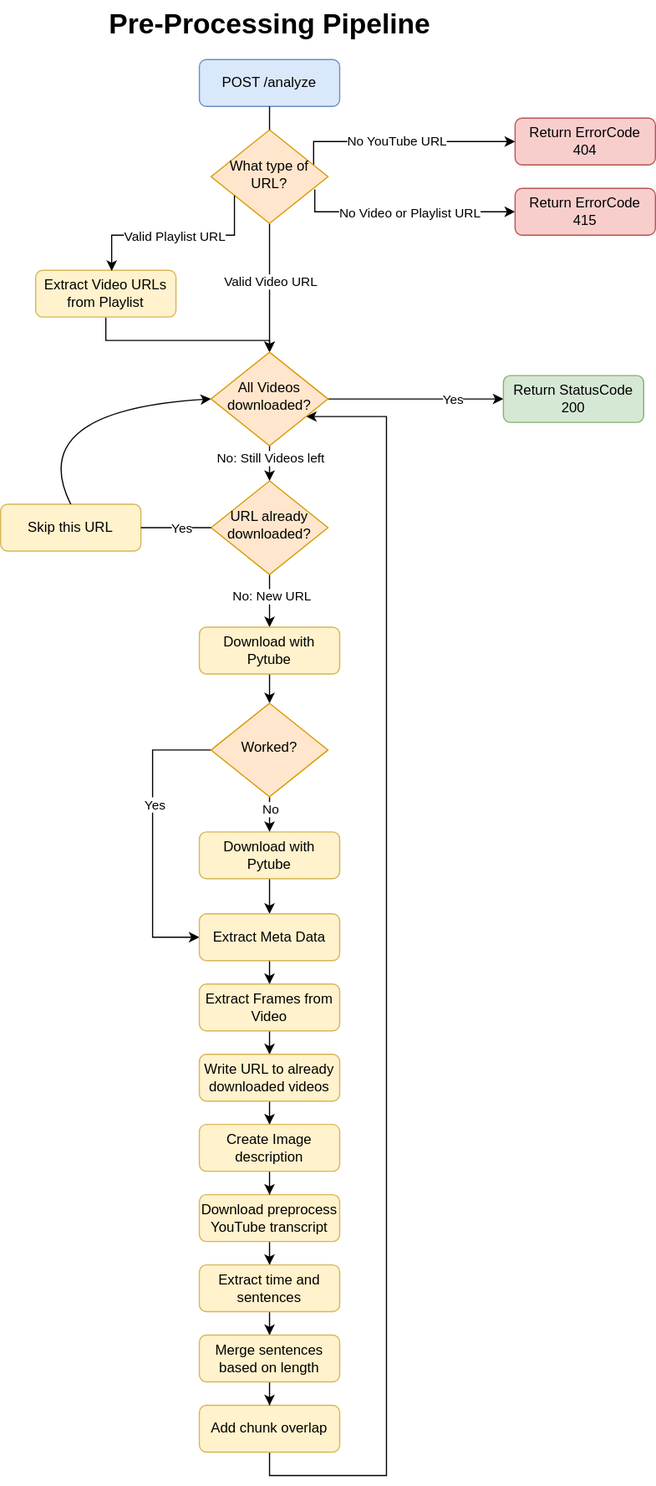
This is media/images/pre-processing-pipeline.svg from dneumnn/AcademicChatBot, a draw.io export, as it was before one commit. Source tidied: cells renumbered, new cells last; positions are measured from the earlier drawing's top-left corner, leaving out a move shared by most shapes.
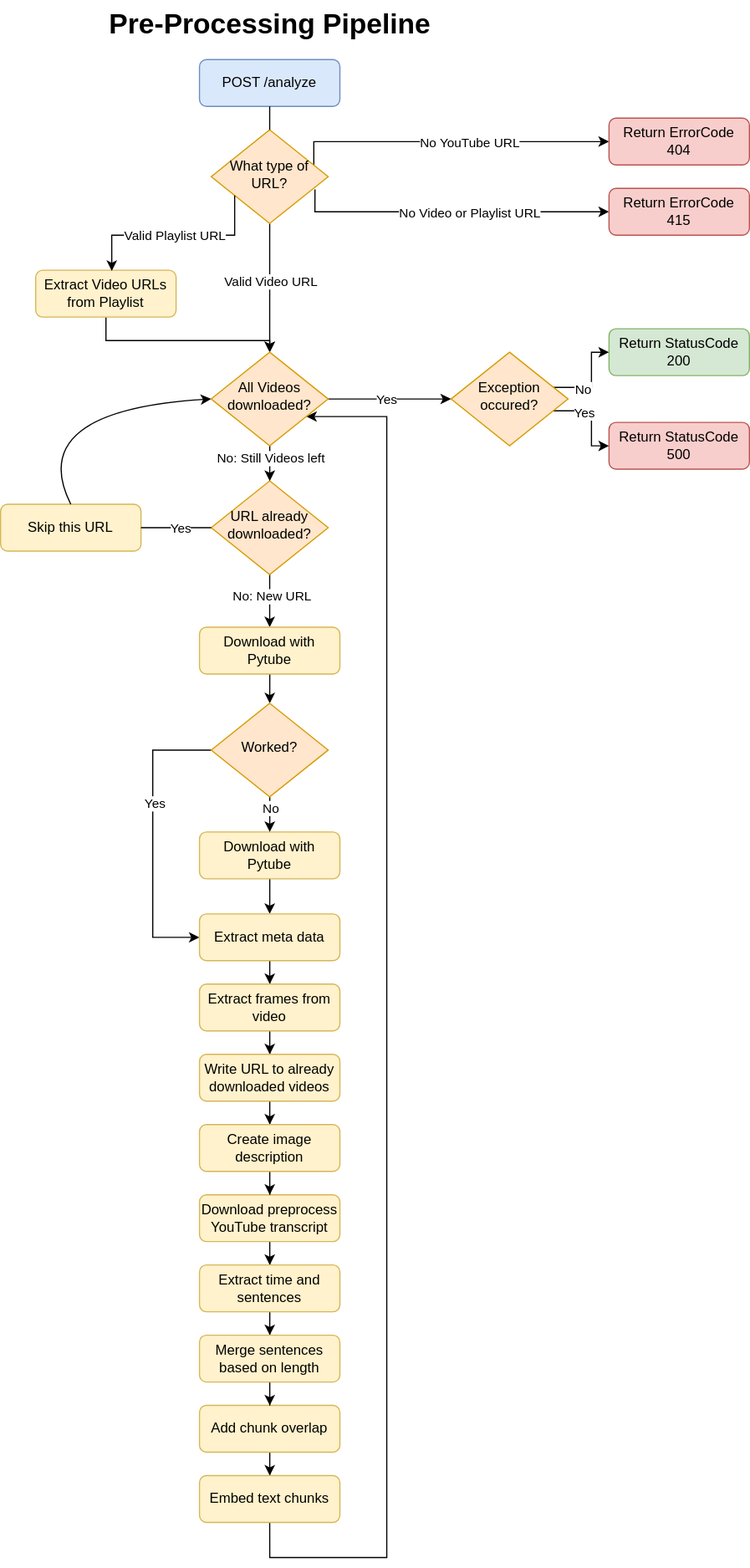
The same diagram one commit later.

Commit message:
Update pre-processing images

What changed in the source:
```diff
@@ -17,7 +17,7 @@
     </mxCell>
     <mxCell id="5" value="No Video or Playlist URL" style="edgeLabel;html=1;align=center;verticalAlign=middle;" parent="4" vertex="1">
       <mxGeometry x="-0.09" relative="1" as="geometry">
-        <mxPoint x="13" as="offset" />
+        <mxPoint x="27" as="offset" />
       </mxGeometry>
     </mxCell>
     <mxCell id="6" style="edgeStyle=orthogonalEdgeStyle;rounded=0;jettySize=auto;html=1;" parent="1" edge="1" source="10" target="28">
@@ -37,7 +37,7 @@
     </mxCell>
     <mxCell id="9" value="No YouTube URL" style="edgeLabel;html=1;align=center;verticalAlign=middle;" parent="8" vertex="1">
       <mxGeometry x="-0.36" y="1" relative="1" as="geometry">
-        <mxPoint x="31" as="offset" />
+        <mxPoint x="66" y="1" as="offset" />
       </mxGeometry>
     </mxCell>
     <mxCell id="10" value="What type of URL?" style="rhombus;whiteSpace=wrap;html=1;shadow=0;fontFamily=Helvetica;fontSize=12;align=center;strokeWidth=1;spacing=6;spacingTop=-4;fillColor=#ffe6cc;strokeColor=#d79b00;" parent="1" vertex="1">
@@ -47,7 +47,7 @@
       <mxGeometry relative="1" as="geometry" />
     </mxCell>
     <mxCell id="12" value="Return ErrorCode 415" style="rounded=1;whiteSpace=wrap;html=1;fontSize=12;glass=0;strokeWidth=1;shadow=0;fillColor=#f8cecc;strokeColor=#b85450;" parent="1" vertex="1">
-      <mxGeometry x="440" y="160" width="120" height="40" as="geometry" />
+      <mxGeometry x="520" y="160" width="120" height="40" as="geometry" />
     </mxCell>
     <mxCell id="13" style="edgeStyle=orthogonalEdgeStyle;rounded=0;jettySize=auto;html=1;entryX=0.5;entryY=0;entryDx=0;entryDy=0;" parent="1" edge="1" source="14" target="28">
       <mxGeometry relative="1" as="geometry">
@@ -68,15 +68,18 @@
     <mxCell id="17" value="URL already downloaded?" style="rhombus;whiteSpace=wrap;html=1;shadow=0;fontFamily=Helvetica;fontSize=12;align=center;strokeWidth=1;spacing=6;spacingTop=-4;fillColor=#ffe6cc;strokeColor=#d79b00;" parent="1" vertex="1">
       <mxGeometry x="180" y="410" width="100" height="80" as="geometry" />
     </mxCell>
-    <mxCell id="18" style="edgeStyle=orthogonalEdgeStyle;rounded=0;jettySize=auto;html=1;exitX=0.5;exitY=1;exitDx=0;exitDy=0;" parent="1" edge="1" source="19" target="28">
+    <mxCell id="18" style="edgeStyle=orthogonalEdgeStyle;rounded=0;jettySize=auto;html=1;exitX=0.5;exitY=1;exitDx=0;exitDy=0;" parent="1" edge="1" source="57" target="28">
       <mxGeometry relative="1" as="geometry">
         <Array as="points">
-          <mxPoint x="230" y="1260" />
-          <mxPoint x="330" y="1260" />
+          <mxPoint x="230" y="1330" />
+          <mxPoint x="330" y="1330" />
           <mxPoint x="330" y="355" />
         </Array>
       </mxGeometry>
     </mxCell>
+    <mxCell id="56" style="edgeStyle=orthogonalEdgeStyle;rounded=0;jettySize=auto;html=1;" parent="1" edge="1" source="19" target="57">
+      <mxGeometry relative="1" as="geometry" />
+    </mxCell>
     <mxCell id="19" value="Add chunk overlap" style="rounded=1;whiteSpace=wrap;html=1;fontSize=12;glass=0;strokeWidth=1;shadow=0;fillColor=#fff2cc;strokeColor=#d6b656;" parent="1" vertex="1">
       <mxGeometry x="170" y="1200" width="120" height="40" as="geometry" />
     </mxCell>
@@ -98,12 +101,12 @@
         </Array>
       </mxGeometry>
     </mxCell>
-    <mxCell id="24" style="edgeStyle=orthogonalEdgeStyle;rounded=0;jettySize=auto;html=1;" parent="1" edge="1" source="28" target="29">
+    <mxCell id="24" style="edgeStyle=orthogonalEdgeStyle;rounded=0;jettySize=auto;html=1;" parent="1" edge="1" source="28" target="63">
       <mxGeometry relative="1" as="geometry" />
     </mxCell>
     <mxCell id="25" value="Yes" style="edgeLabel;html=1;align=center;verticalAlign=middle;" parent="24" vertex="1">
       <mxGeometry x="-0.26" relative="1" as="geometry">
-        <mxPoint x="50" as="offset" />
+        <mxPoint x="11" as="offset" />
       </mxGeometry>
     </mxCell>
     <mxCell id="26" style="edgeStyle=orthogonalEdgeStyle;rounded=0;jettySize=auto;html=1;" parent="1" edge="1" source="28" target="17">
@@ -116,7 +119,7 @@
       <mxGeometry x="180" y="300" width="100" height="80" as="geometry" />
     </mxCell>
     <mxCell id="29" value="Return StatusCode 200" style="rounded=1;whiteSpace=wrap;html=1;fontSize=12;glass=0;strokeWidth=1;shadow=0;fillColor=#d5e8d4;strokeColor=#82b366;" parent="1" vertex="1">
-      <mxGeometry x="430" y="320" width="120" height="40" as="geometry" />
+      <mxGeometry x="520" y="280" width="120" height="40" as="geometry" />
     </mxCell>
     <mxCell id="30" style="edgeStyle=orthogonalEdgeStyle;rounded=0;jettySize=auto;html=1;entryX=0.542;entryY=0.015;entryDx=0;entryDy=0;entryPerimeter=0;" parent="1" edge="1" source="10" target="14">
       <mxGeometry relative="1" as="geometry">
@@ -138,7 +141,7 @@
       <mxGeometry x="170" y="535" width="120" height="40" as="geometry" />
     </mxCell>
     <mxCell id="34" value="Return ErrorCode 404" style="rounded=1;whiteSpace=wrap;html=1;fontSize=12;glass=0;strokeWidth=1;shadow=0;fillColor=#f8cecc;strokeColor=#b85450;" parent="1" vertex="1">
-      <mxGeometry x="440" y="100" width="120" height="40" as="geometry" />
+      <mxGeometry x="520" y="100" width="120" height="40" as="geometry" />
     </mxCell>
     <mxCell id="35" style="edgeStyle=orthogonalEdgeStyle;rounded=0;jettySize=auto;html=1;entryX=0.5;entryY=0;entryDx=0;entryDy=0;" parent="1" edge="1" source="36" target="43">
       <mxGeometry relative="1" as="geometry" />
@@ -171,13 +174,13 @@
     <mxCell id="42" style="edgeStyle=orthogonalEdgeStyle;rounded=0;jettySize=auto;html=1;" parent="1" edge="1" source="43" target="45">
       <mxGeometry relative="1" as="geometry" />
     </mxCell>
-    <mxCell id="43" value="Extract Meta Data" style="rounded=1;whiteSpace=wrap;html=1;fontSize=12;glass=0;strokeWidth=1;shadow=0;fillColor=#fff2cc;strokeColor=#d6b656;" parent="1" vertex="1">
+    <mxCell id="43" value="Extract meta data" style="rounded=1;whiteSpace=wrap;html=1;fontSize=12;glass=0;strokeWidth=1;shadow=0;fillColor=#fff2cc;strokeColor=#d6b656;" parent="1" vertex="1">
       <mxGeometry x="170" y="780" width="120" height="40" as="geometry" />
     </mxCell>
     <mxCell id="44" style="edgeStyle=orthogonalEdgeStyle;rounded=0;jettySize=auto;html=1;" parent="1" edge="1" source="45" target="47">
       <mxGeometry relative="1" as="geometry" />
     </mxCell>
-    <mxCell id="45" value="Extract Frames from Video" style="rounded=1;whiteSpace=wrap;html=1;fontSize=12;glass=0;strokeWidth=1;shadow=0;fillColor=#fff2cc;strokeColor=#d6b656;" parent="1" vertex="1">
+    <mxCell id="45" value="Extract frames from video" style="rounded=1;whiteSpace=wrap;html=1;fontSize=12;glass=0;strokeWidth=1;shadow=0;fillColor=#fff2cc;strokeColor=#d6b656;" parent="1" vertex="1">
       <mxGeometry x="170" y="840" width="120" height="40" as="geometry" />
     </mxCell>
     <mxCell id="46" style="edgeStyle=orthogonalEdgeStyle;rounded=0;jettySize=auto;html=1;" parent="1" edge="1" source="47" target="55">
@@ -207,8 +210,39 @@
     <mxCell id="54" style="edgeStyle=orthogonalEdgeStyle;rounded=0;jettySize=auto;html=1;" parent="1" edge="1" source="55" target="49">
       <mxGeometry relative="1" as="geometry" />
     </mxCell>
-    <mxCell id="55" value="Create Image description" style="rounded=1;whiteSpace=wrap;html=1;fontSize=12;glass=0;strokeWidth=1;shadow=0;fillColor=#fff2cc;strokeColor=#d6b656;" parent="1" vertex="1">
+    <mxCell id="55" value="Create image description" style="rounded=1;whiteSpace=wrap;html=1;fontSize=12;glass=0;strokeWidth=1;shadow=0;fillColor=#fff2cc;strokeColor=#d6b656;" parent="1" vertex="1">
       <mxGeometry x="170" y="960" width="120" height="40" as="geometry" />
     </mxCell>
+    <mxCell id="57" value="Embed text chunks" style="rounded=1;whiteSpace=wrap;html=1;fontSize=12;glass=0;strokeWidth=1;shadow=0;fillColor=#fff2cc;strokeColor=#d6b656;" parent="1" vertex="1">
+      <mxGeometry x="170" y="1260" width="120" height="40" as="geometry" />
+    </mxCell>
+    <mxCell id="58" value="Return StatusCode 500" style="rounded=1;whiteSpace=wrap;html=1;fontSize=12;glass=0;strokeWidth=1;shadow=0;fillColor=#f8cecc;strokeColor=#b85450;" parent="1" vertex="1">
+      <mxGeometry x="520" y="360" width="120" height="40" as="geometry" />
+    </mxCell>
+    <mxCell id="59" style="edgeStyle=orthogonalEdgeStyle;rounded=0;jettySize=auto;html=1;" parent="1" edge="1" source="63" target="29">
+      <mxGeometry relative="1" as="geometry">
+        <Array as="points">
+          <mxPoint x="505" y="330" />
+          <mxPoint x="505" y="300" />
+        </Array>
+      </mxGeometry>
+    </mxCell>
+    <mxCell id="60" value="No" style="edgeLabel;html=1;align=center;verticalAlign=middle;" parent="59" vertex="1">
+      <mxGeometry x="-0.38" y="-1" relative="1" as="geometry" />
+    </mxCell>
+    <mxCell id="61" style="edgeStyle=orthogonalEdgeStyle;rounded=0;jettySize=auto;html=1;" parent="1" edge="1" source="63" target="58">
+      <mxGeometry relative="1" as="geometry">
+        <Array as="points">
+          <mxPoint x="505" y="350" />
+          <mxPoint x="505" y="380" />
+        </Array>
+      </mxGeometry>
+    </mxCell>
+    <mxCell id="62" value="Yes" style="edgeLabel;html=1;align=center;verticalAlign=middle;" parent="61" vertex="1">
+      <mxGeometry x="-0.35" y="-1" relative="1" as="geometry" />
+    </mxCell>
+    <mxCell id="63" value="Exception occured?" style="rhombus;whiteSpace=wrap;html=1;shadow=0;fontFamily=Helvetica;fontSize=12;align=center;strokeWidth=1;spacing=6;spacingTop=-4;fillColor=#ffe6cc;strokeColor=#d79b00;" parent="1" vertex="1">
+      <mxGeometry x="385" y="300" width="100" height="80" as="geometry" />
+    </mxCell>
   </root>
 </mxGraphModel>
```
